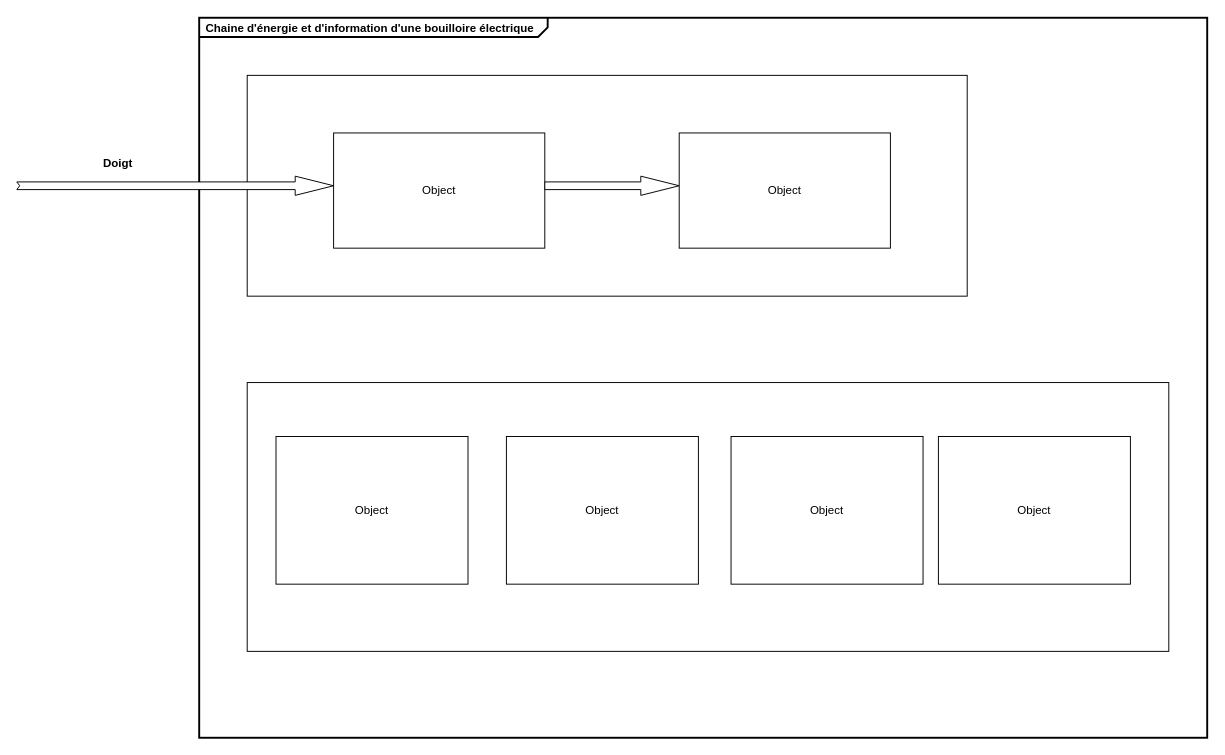
The draw.io diagram BD_BOUILLOIRE.drawio in Capaure/mon_classeur_SI1ere, before the edit. Source tidied: cells renumbered, new cells numbered last; positions are measured from the earlier drawing's top-left corner, leaving out a move shared by most shapes. Both pictures are drawn from the tidied source at 96%, with x=0, y=0 at pixel (16, 17).
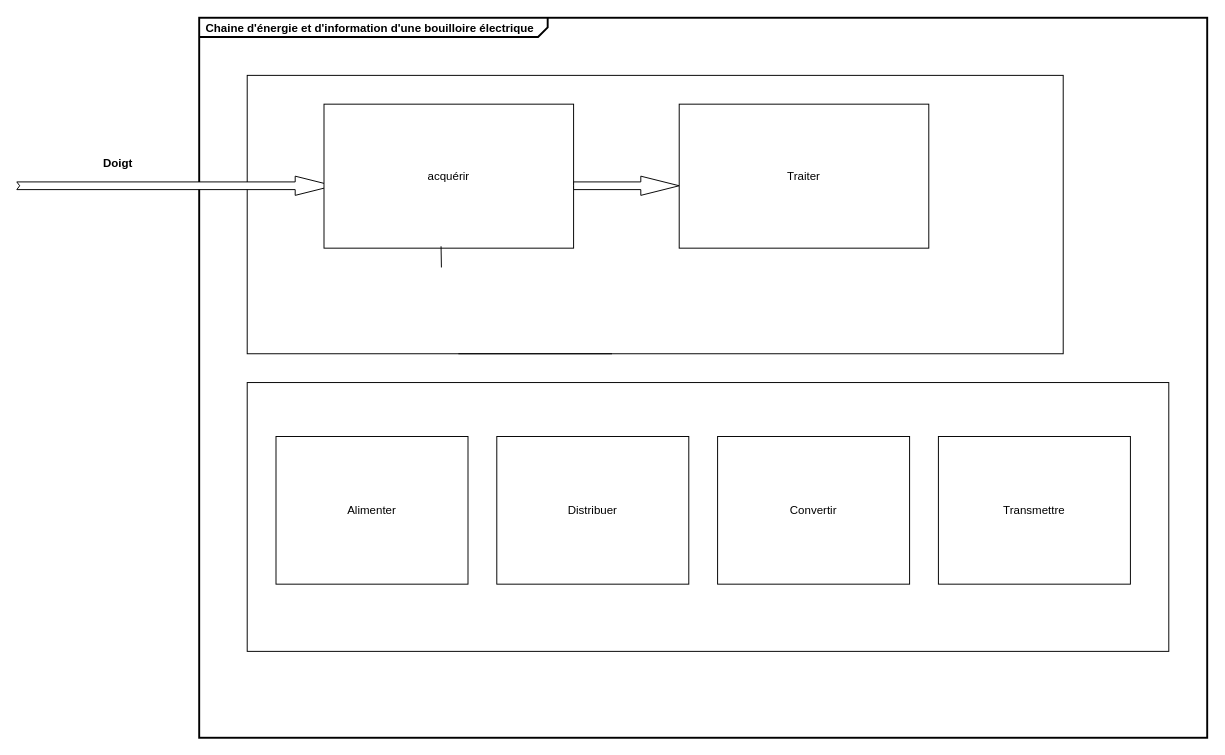
The same diagram, later.

Commit message (it also covers changes not shown here):
Mettre à jour BD_BOUILLOIRE.drawio

Diff of the diagram source:
```diff
@@
 <mxGraphModel>
   <root>
     <mxCell id="0" />
     <mxCell id="1" parent="0" />
     <mxCell id="2" value="&lt;p style=&quot;margin:0px;margin-top:4px;margin-left:7px;text-align:left;&quot;&gt;&lt;b&gt;Chaine d'énergie et d'information d'une bouilloire électrique&lt;/b&gt;&lt;/p&gt;" style="html=1;shape=mxgraph.sysml.package;overflow=fill;labelX=363;strokeWidth=2;align=center;" parent="1" vertex="1">
       <mxGeometry x="190" width="1050" height="750" as="geometry" />
     </mxCell>
     <mxCell id="3" style="html=1;whiteSpace=wrap;" parent="1" vertex="1">
-      <mxGeometry x="240" y="60" width="750" height="230" as="geometry" />
+      <mxGeometry x="240" y="60" width="850" height="290" as="geometry" />
     </mxCell>
     <mxCell id="4" style="html=1;whiteSpace=wrap;" parent="1" vertex="1">
       <mxGeometry x="240" y="380" width="960" height="280" as="geometry" />
     </mxCell>
     <mxCell id="5" style="html=1;shadow=0;dashed=0;align=center;verticalAlign=middle;shape=mxgraph.arrows2.arrow;dy=0.6;dx=40;notch=3;" parent="1" vertex="1">
       <mxGeometry y="165" width="330" height="20" as="geometry" />
     </mxCell>
     <mxCell id="6" value="Doigt" style="text;align=center;fontStyle=1;verticalAlign=middle;spacingLeft=3;spacingRight=3;strokeColor=none;html=1;" parent="1" vertex="1">
       <mxGeometry x="50" y="139" width="110" height="26" as="geometry" />
     </mxCell>
-    <mxCell id="7" value="Object" style="html=1;whiteSpace=wrap;" parent="1" vertex="1">
-      <mxGeometry x="330" y="120" width="220" height="120" as="geometry" />
+    <mxCell id="7" value="acquérir" style="html=1;whiteSpace=wrap;" parent="1" vertex="1">
+      <mxGeometry x="320" y="90" width="260" height="150" as="geometry" />
     </mxCell>
     <mxCell id="8" style="html=1;shadow=0;dashed=0;align=center;verticalAlign=middle;shape=mxgraph.arrows2.arrow;dy=0.6;dx=40;notch=0;" parent="1" vertex="1">
-      <mxGeometry x="550" y="165" width="140" height="20" as="geometry" />
+      <mxGeometry x="580" y="165" width="110" height="20" as="geometry" />
     </mxCell>
-    <mxCell id="9" value="Object" style="html=1;whiteSpace=wrap;" parent="1" vertex="1">
-      <mxGeometry x="690" y="120" width="220" height="120" as="geometry" />
+    <mxCell id="9" value="Traiter" style="html=1;whiteSpace=wrap;" parent="1" vertex="1">
+      <mxGeometry x="690" y="90" width="260" height="150" as="geometry" />
     </mxCell>
-    <mxCell id="10" value="Object" style="html=1;whiteSpace=wrap;" parent="1" vertex="1">
-      <mxGeometry x="510" y="436.2" width="200" height="153.8" as="geometry" />
+    <mxCell id="10" value="Distribuer" style="html=1;whiteSpace=wrap;" parent="1" vertex="1">
+      <mxGeometry x="500" y="436.2" width="200" height="153.8" as="geometry" />
     </mxCell>
-    <mxCell id="11" value="Object" style="html=1;whiteSpace=wrap;" parent="1" vertex="1">
+    <mxCell id="11" value="Alimenter" style="html=1;whiteSpace=wrap;" parent="1" vertex="1">
       <mxGeometry x="270" y="436.2" width="200" height="153.8" as="geometry" />
     </mxCell>
-    <mxCell id="12" value="Object" style="html=1;whiteSpace=wrap;" parent="1" vertex="1">
-      <mxGeometry x="744" y="436.2" width="200" height="153.8" as="geometry" />
+    <mxCell id="12" value="Convertir" style="html=1;whiteSpace=wrap;" parent="1" vertex="1">
+      <mxGeometry x="730" y="436.2" width="200" height="153.8" as="geometry" />
     </mxCell>
-    <mxCell id="13" value="Object" style="html=1;whiteSpace=wrap;" parent="1" vertex="1">
+    <mxCell id="13" value="Transmettre" style="html=1;whiteSpace=wrap;" parent="1" vertex="1">
       <mxGeometry x="960" y="436.2" width="200" height="153.8" as="geometry" />
     </mxCell>
+    <mxCell id="14" style="edgeStyle=none;html=1;endArrow=none;verticalAlign=bottom;rounded=0;" parent="1" edge="1">
+      <mxGeometry relative="1" as="geometry">
+        <mxPoint x="460" y="350" as="sourcePoint" />
+        <mxPoint x="620" y="350" as="targetPoint" />
+      </mxGeometry>
+    </mxCell>
+    <mxCell id="15" style="edgeStyle=none;html=1;endArrow=none;verticalAlign=bottom;rounded=0;exitX=0.469;exitY=0.987;exitDx=0;exitDy=0;exitPerimeter=0;entryX=0.238;entryY=0.69;entryDx=0;entryDy=0;entryPerimeter=0;" parent="1" edge="1" source="7" target="3">
+      <mxGeometry relative="1" as="geometry" />
+    </mxCell>
   </root>
 </mxGraphModel>
```
